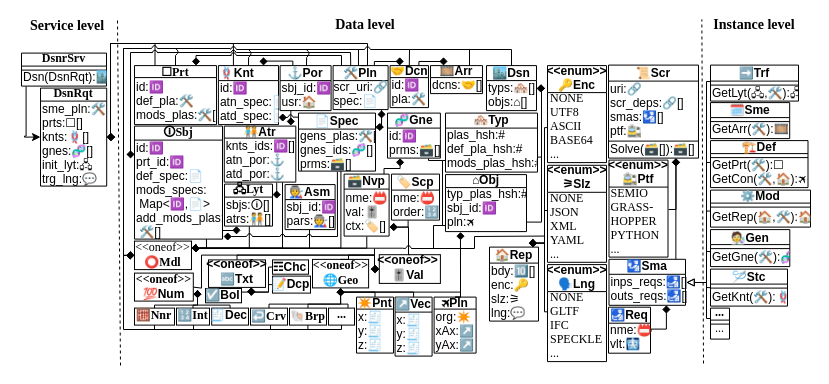
This is docs/softwarequality/softwarearchitecture/metamodel.drawio from usalu/semio, a draw.io file, before an edit. Source tidied: cells renumbered, new cells numbered last; positions are measured from the earlier drawing's top-left corner, leaving out a move shared by most shapes. Both pictures are drawn from the tidied source at 100%, with x=0, y=0 at pixel (21, -222).
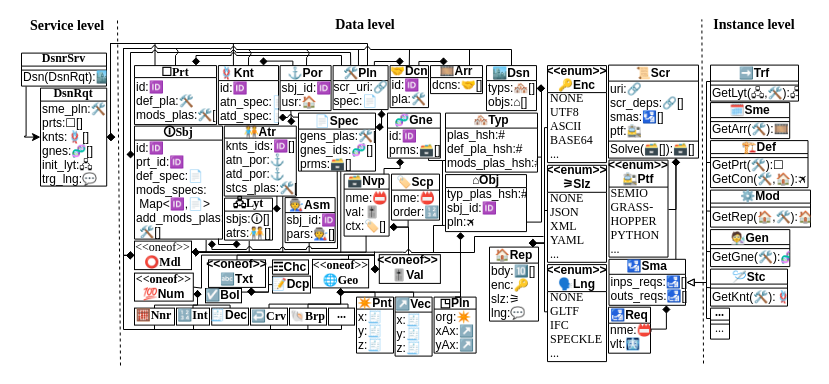
After the change.

Unchanged cells that the change refers to:
```xml
<mxCell id="5" value="id:🆔&#10;prt_id:🆔&#10;def_spec:📄&#10;mods_specs:&#10; Map&lt;🆔,📄&gt;&#10;add_mods_plas:&#10; 🛠️[]" style="text;strokeColor=none;fillColor=none;align=left;verticalAlign=top;spacingLeft=0;spacingRight=0;overflow=hidden;points=[[0,0.5],[1,0.5]];portConstraint=eastwest;spacingTop=-6;labelBackgroundColor=none;fontFamily=Noto Emoji;" parent="4" vertex="1">
  <mxGeometry y="14" width="88" height="99" as="geometry" />
</mxCell>
<mxCell id="17" value="nme:📛&#10;val:🎚️&#10;ctx:🏷️[]" style="text;strokeColor=none;fillColor=none;align=left;verticalAlign=top;spacingLeft=0;spacingRight=2;overflow=hidden;points=[[0,0.5],[1,0.5]];portConstraint=eastwest;spacingTop=-5;labelBackgroundColor=none;fontFamily=Noto Emoji;" parent="16" vertex="1">
  <mxGeometry y="15" width="45" height="47" as="geometry" />
</mxCell>
<mxCell id="48" value="typ_plas_hsh:#&#10;sbj_id:🆔&#10;pln:🛪" style="text;strokeColor=none;fillColor=none;align=left;verticalAlign=top;spacingLeft=0;spacingRight=0;overflow=hidden;points=[[0,0.5],[1,0.5]];portConstraint=eastwest;spacingTop=-7;labelBackgroundColor=none;fontFamily=Noto Emoji;spacing=2;" parent="47" vertex="1">
  <mxGeometry y="13" width="81" height="44" as="geometry" />
</mxCell>
<mxCell id="110" value="&amp;lt;&amp;lt;oneof&amp;gt;&amp;gt;&lt;b&gt;&lt;font face=&quot;Noto Emoji&quot;&gt;&lt;br&gt;⭕&lt;/font&gt;Mdl&lt;/b&gt;" style="html=1;labelBackgroundColor=none;fillColor=none;fontFamily=Times New Roman;spacingBottom=0;spacingLeft=-1;spacingTop=-2;" parent="1" vertex="1">
  <mxGeometry x="113" y="462.6" width="57" height="28.5" as="geometry" />
</mxCell>
<mxCell id="113" value="gens_plas:🛠️[]&#10;gnes_ids:🧬[]&#10;prms:🗃️[]" style="text;strokeColor=none;fillColor=none;align=left;verticalAlign=top;spacingLeft=0;spacingRight=0;overflow=hidden;points=[[0,0.5],[1,0.5]];portConstraint=eastwest;spacingTop=-7;labelBackgroundColor=none;fontFamily=Noto Emoji;" parent="112" vertex="1">
  <mxGeometry y="16" width="77" height="42" as="geometry" />
</mxCell>
<mxCell id="118" value="sbjs:🛈[]&#10;atrs:🧑‍🤝‍🧑[]" style="text;strokeColor=none;fillColor=none;align=left;verticalAlign=top;spacingLeft=0;spacingRight=0;overflow=hidden;points=[[0,0.5],[1,0.5]];portConstraint=eastwest;spacingTop=-6;labelBackgroundColor=none;fontFamily=Noto Emoji;" parent="117" vertex="1">
  <mxGeometry y="13" width="48" height="29" as="geometry" />
</mxCell>
<mxCell id="126" value="NONE&#10;JSON&#10;XML&#10;YAML&#10;..." style="text;strokeColor=none;fillColor=none;align=left;verticalAlign=top;spacingLeft=1;spacingRight=1;overflow=hidden;points=[[0,0.5],[1,0.5]];portConstraint=eastwest;spacingTop=-8;labelBackgroundColor=none;fontFamily=Times New Roman;" parent="125" vertex="1">
  <mxGeometry y="27" width="59" height="70" as="geometry" />
</mxCell>
<mxCell id="153" value="sbj_id:🆔&#10;pars:🧑‍🏭[]" style="text;strokeColor=none;fillColor=none;align=left;verticalAlign=top;spacingLeft=0;spacingRight=0;overflow=hidden;points=[[0,0.5],[1,0.5]];portConstraint=eastwest;spacingTop=-6;labelBackgroundColor=none;fontFamily=Noto Emoji;" parent="152" vertex="1">
  <mxGeometry y="15" width="50" height="30" as="geometry" />
</mxCell>
```

Change to the diagram source:
```diff
@@
-    <mxCell id="2" style="edgeStyle=orthogonalEdgeStyle;shape=connector;rounded=0;orthogonalLoop=1;jettySize=auto;html=1;labelBackgroundColor=default;strokeColor=default;fontFamily=Helvetica;fontSize=11;fontColor=default;startArrow=diamond;startFill=1;endArrow=none;endFill=0;" parent="1" edge="1">
+    <mxCell id="2" style="edgeStyle=orthogonalEdgeStyle;shape=connector;rounded=0;jettySize=auto;html=1;labelBackgroundColor=default;strokeColor=default;fontFamily=Helvetica;fontSize=11;fontColor=default;startArrow=diamond;startFill=1;endArrow=none;endFill=0;exitX=0.88;exitY=1.01;exitDx=0;exitDy=0;exitPerimeter=0;" parent="1" edge="1" source="5">
       <mxGeometry relative="1" as="geometry">
-        <mxPoint x="202" y="458" as="sourcePoint" />
-        <mxPoint x="225" y="458" as="targetPoint" />
+        <mxPoint x="225" y="471" as="targetPoint" />
         <Array as="points">
-          <mxPoint x="210" y="458" />
-          <mxPoint x="210" y="458" />
+          <mxPoint x="190" y="471" />
+          <mxPoint x="225" y="471" />
         </Array>
       </mxGeometry>
     </mxCell>
@@
     <mxCell id="9" value="🧑‍🤝‍🧑Atr" style="swimlane;fontStyle=1;horizontal=1;startSize=12;fillColor=none;spacingLeft=0;labelBackgroundColor=none;fontFamily=Noto Emoji;spacing=2;spacingTop=0;spacingBottom=2;" parent="1" vertex="1">
-      <mxGeometry x="202.8" y="347.6" width="71.5" height="56" as="geometry" />
+      <mxGeometry x="202.8" y="347.6" width="72" height="70" as="geometry" />
     </mxCell>
-    <mxCell id="10" value="knts_ids:🆔[]&#10;atn_por:⚓&#10;atd_por:⚓" style="text;strokeColor=none;fillColor=none;align=left;verticalAlign=top;spacingLeft=0;spacingRight=0;overflow=hidden;points=[[0,0.5],[1,0.5]];portConstraint=eastwest;spacingTop=-6;labelBackgroundColor=none;fontFamily=Noto Emoji;fontStyle=0;startSize=12;spacingBottom=2;spacing=2;" parent="9" vertex="1">
-      <mxGeometry y="12" width="71.5" height="44" as="geometry" />
+    <mxCell id="10" value="knts_ids:🆔[]&#10;atn_por:⚓&#10;atd_por:⚓&#10;stcs_plas:🛠️[]" style="text;strokeColor=none;fillColor=none;align=left;verticalAlign=top;spacingLeft=0;spacingRight=0;overflow=hidden;points=[[0,0.5],[1,0.5]];portConstraint=eastwest;spacingTop=-6;labelBackgroundColor=none;fontFamily=Noto Emoji;fontStyle=0;startSize=12;spacingBottom=2;spacing=2;" parent="9" vertex="1">
+      <mxGeometry y="12" width="72" height="58" as="geometry" />
     </mxCell>
@@
-    <mxCell id="49" value="🛪Pln" style="swimlane;fontStyle=1;horizontal=1;startSize=12;fillColor=none;spacingLeft=0;labelBackgroundColor=none;fontFamily=Noto Emoji;spacing=2;spacingTop=0;spacingBottom=2;" parent="1" vertex="1">
+    <mxCell id="49" value="◳Pln" style="swimlane;fontStyle=1;horizontal=1;startSize=12;fillColor=none;spacingLeft=0;labelBackgroundColor=none;fontFamily=Noto Emoji;spacing=2;spacingTop=0;spacingBottom=2;" parent="1" vertex="1">
       <mxGeometry x="412.6" y="518.6" width="42" height="56" as="geometry" />
     </mxCell>
@@
-    <mxCell id="102" style="edgeStyle=orthogonalEdgeStyle;shape=connector;rounded=0;jettySize=auto;html=1;exitX=1;exitY=0.25;exitDx=0;exitDy=0;entryX=0.818;entryY=1;entryDx=0;entryDy=0;entryPerimeter=0;labelBackgroundColor=default;strokeColor=default;fontFamily=Helvetica;fontSize=11;fontColor=default;startArrow=diamond;startFill=1;endArrow=none;endFill=0;" parent="1" edge="1" source="110" target="5">
-      <mxGeometry relative="1" as="geometry" />
+    <mxCell id="102" style="edgeStyle=orthogonalEdgeStyle;shape=connector;rounded=0;jettySize=auto;html=1;exitX=1;exitY=0.25;exitDx=0;exitDy=0;entryX=0.814;entryY=1.009;entryDx=0;entryDy=0;entryPerimeter=0;labelBackgroundColor=default;strokeColor=default;fontFamily=Helvetica;fontSize=11;fontColor=default;startArrow=diamond;startFill=1;endArrow=none;endFill=0;" parent="1" edge="1" target="5">
+      <mxGeometry relative="1" as="geometry">
+        <mxPoint x="170" y="473.7" as="sourcePoint" />
+      </mxGeometry>
     </mxCell>
-    <mxCell id="103" style="edgeStyle=orthogonalEdgeStyle;shape=connector;rounded=0;jettySize=auto;html=1;exitX=1;exitY=0.25;exitDx=0;exitDy=0;entryX=0.517;entryY=1.009;entryDx=0;entryDy=0;entryPerimeter=0;labelBackgroundColor=default;strokeColor=default;fontFamily=Helvetica;fontSize=11;fontColor=default;startArrow=diamond;startFill=1;endArrow=none;endFill=0;" parent="1" edge="1" source="110" target="118">
-      <mxGeometry relative="1" as="geometry" />
+    <mxCell id="103" style="edgeStyle=orthogonalEdgeStyle;shape=connector;rounded=0;jettySize=auto;html=1;exitX=1;exitY=0.25;exitDx=0;exitDy=0;entryX=0.515;entryY=1.031;entryDx=0;entryDy=0;entryPerimeter=0;labelBackgroundColor=default;strokeColor=default;fontFamily=Helvetica;fontSize=11;fontColor=default;startArrow=diamond;startFill=1;endArrow=none;endFill=0;" parent="1" edge="1" target="118">
+      <mxGeometry relative="1" as="geometry">
+        <mxPoint x="170" y="473.7" as="sourcePoint" />
+        <Array as="points">
+          <mxPoint x="171" y="474" />
+          <mxPoint x="191" y="474" />
+          <mxPoint x="228" y="474" />
+        </Array>
+      </mxGeometry>
     </mxCell>
-    <mxCell id="104" style="edgeStyle=orthogonalEdgeStyle;shape=connector;rounded=0;jettySize=auto;html=1;exitX=1;exitY=0.25;exitDx=0;exitDy=0;entryX=0.488;entryY=1.001;entryDx=0;entryDy=0;entryPerimeter=0;labelBackgroundColor=default;strokeColor=default;fontFamily=Helvetica;fontSize=11;fontColor=default;startArrow=diamond;startFill=1;endArrow=none;endFill=0;" parent="1" edge="1" source="110" target="153">
+    <mxCell id="104" style="edgeStyle=orthogonalEdgeStyle;shape=connector;rounded=0;jettySize=auto;html=1;exitX=1;exitY=0.25;exitDx=0;exitDy=0;entryX=0.481;entryY=1.005;entryDx=0;entryDy=0;entryPerimeter=0;labelBackgroundColor=default;strokeColor=default;fontFamily=Helvetica;fontSize=11;fontColor=default;startArrow=diamond;startFill=1;endArrow=none;endFill=0;" parent="1" edge="1" target="153">
       <mxGeometry relative="1" as="geometry">
+        <mxPoint x="170" y="473.7" as="sourcePoint" />
         <Array as="points">
-          <mxPoint x="217" y="470" />
-          <mxPoint x="288" y="470" />
+          <mxPoint x="217" y="474" />
+          <mxPoint x="288" y="474" />
         </Array>
       </mxGeometry>
     </mxCell>
-    <mxCell id="105" style="edgeStyle=orthogonalEdgeStyle;shape=connector;rounded=0;jettySize=auto;html=1;exitX=1;exitY=0.25;exitDx=0;exitDy=0;entryX=0.551;entryY=0.994;entryDx=0;entryDy=0;entryPerimeter=0;labelBackgroundColor=default;strokeColor=default;fontFamily=Helvetica;fontSize=11;fontColor=default;startArrow=diamond;startFill=1;endArrow=none;endFill=0;" parent="1" edge="1" source="110" target="113">
-      <mxGeometry relative="1" as="geometry" />
+    <mxCell id="105" style="edgeStyle=orthogonalEdgeStyle;shape=connector;rounded=0;jettySize=auto;html=1;exitX=1;exitY=0.25;exitDx=0;exitDy=0;entryX=0.549;entryY=1.008;entryDx=0;entryDy=0;entryPerimeter=0;labelBackgroundColor=default;strokeColor=default;fontFamily=Helvetica;fontSize=11;fontColor=default;startArrow=diamond;startFill=1;endArrow=none;endFill=0;" parent="1" edge="1" target="113">
+      <mxGeometry relative="1" as="geometry">
+        <mxPoint x="170" y="473.7" as="sourcePoint" />
+        <Array as="points">
+          <mxPoint x="171" y="474" />
+          <mxPoint x="319" y="474" />
+        </Array>
+      </mxGeometry>
     </mxCell>
-    <mxCell id="106" style="edgeStyle=orthogonalEdgeStyle;shape=connector;rounded=0;jettySize=auto;html=1;exitX=1;exitY=0.25;exitDx=0;exitDy=0;labelBackgroundColor=default;strokeColor=default;fontFamily=Helvetica;fontSize=11;fontColor=default;startArrow=diamond;startFill=1;endArrow=none;endFill=0;" parent="1" edge="1" source="110">
+    <mxCell id="106" style="edgeStyle=orthogonalEdgeStyle;shape=connector;rounded=0;jettySize=auto;html=1;exitX=1;exitY=0.25;exitDx=0;exitDy=0;labelBackgroundColor=default;strokeColor=default;fontFamily=Helvetica;fontSize=11;fontColor=default;startArrow=diamond;startFill=1;endArrow=none;endFill=0;entryX=0.812;entryY=1.002;entryDx=0;entryDy=0;entryPerimeter=0;" parent="1" edge="1" target="10">
       <mxGeometry relative="1" as="geometry">
-        <mxPoint x="261" y="404" as="targetPoint" />
+        <mxPoint x="170" y="473.7" as="sourcePoint" />
         <Array as="points">
-          <mxPoint x="261" y="470" />
+          <mxPoint x="261" y="474" />
         </Array>
       </mxGeometry>
     </mxCell>
-    <mxCell id="107" style="edgeStyle=orthogonalEdgeStyle;shape=connector;rounded=0;jettySize=auto;html=1;exitX=1;exitY=0.25;exitDx=0;exitDy=0;entryX=0.504;entryY=1.012;entryDx=0;entryDy=0;entryPerimeter=0;labelBackgroundColor=default;strokeColor=default;fontFamily=Helvetica;fontSize=11;fontColor=default;startArrow=diamond;startFill=1;endArrow=none;endFill=0;" parent="1" edge="1" source="110" target="17">
+    <mxCell id="107" style="edgeStyle=orthogonalEdgeStyle;shape=connector;rounded=0;jettySize=auto;html=1;exitX=1;exitY=0.25;exitDx=0;exitDy=0;entryX=0.488;entryY=0.995;entryDx=0;entryDy=0;entryPerimeter=0;labelBackgroundColor=default;strokeColor=default;fontFamily=Helvetica;fontSize=11;fontColor=default;startArrow=diamond;startFill=1;endArrow=none;endFill=0;" parent="1" edge="1" target="17">
       <mxGeometry relative="1" as="geometry">
+        <mxPoint x="170" y="473.7" as="sourcePoint" />
         <Array as="points">
-          <mxPoint x="345" y="469.6" />
+          <mxPoint x="345" y="474" />
         </Array>
       </mxGeometry>
     </mxCell>
-    <mxCell id="108" style="edgeStyle=orthogonalEdgeStyle;shape=connector;rounded=0;jettySize=auto;html=1;exitX=1;exitY=0.25;exitDx=0;exitDy=0;labelBackgroundColor=default;strokeColor=default;fontFamily=Helvetica;fontSize=11;fontColor=default;startArrow=diamond;startFill=1;endArrow=none;endFill=0;" parent="1" edge="1" source="110">
+    <mxCell id="108" style="edgeStyle=orthogonalEdgeStyle;shape=connector;rounded=0;orthogonalLoop=1;jettySize=auto;html=1;exitX=1;exitY=0.25;exitDx=0;exitDy=0;labelBackgroundColor=default;strokeColor=default;fontFamily=Helvetica;fontSize=11;fontColor=default;startArrow=diamond;startFill=1;endArrow=none;endFill=0;" parent="1" edge="1">
       <mxGeometry relative="1" as="geometry">
-        <mxPoint x="384" y="470" as="targetPoint" />
+        <mxPoint x="170" y="473.7" as="sourcePoint" />
+        <mxPoint x="384" y="474" as="targetPoint" />
         <Array as="points">
-          <mxPoint x="381" y="470" />
+          <mxPoint x="381" y="474" />
         </Array>
       </mxGeometry>
     </mxCell>
@@
     <mxCell id="115" style="edgeStyle=orthogonalEdgeStyle;shape=connector;rounded=0;jettySize=auto;html=1;exitX=0.25;exitY=1;exitDx=0;exitDy=0;labelBackgroundColor=default;strokeColor=default;fontFamily=Helvetica;fontSize=11;fontColor=default;startArrow=diamond;startFill=1;endArrow=none;endFill=0;" parent="1" edge="1" source="117">
       <mxGeometry relative="1" as="geometry">
-        <mxPoint x="201" y="452" as="targetPoint" />
+        <mxPoint x="197" y="460" as="targetPoint" />
         <Array as="points">
-          <mxPoint x="215" y="452" />
-          <mxPoint x="201" y="452" />
+          <mxPoint x="215" y="466" />
+          <mxPoint x="197" y="466" />
         </Array>
       </mxGeometry>
     </mxCell>
-    <mxCell id="116" style="edgeStyle=orthogonalEdgeStyle;shape=connector;rounded=0;jettySize=auto;html=1;exitX=1;exitY=0.25;exitDx=0;exitDy=0;entryX=0.733;entryY=1.013;entryDx=0;entryDy=0;entryPerimeter=0;labelBackgroundColor=default;strokeColor=default;fontFamily=Helvetica;fontSize=11;fontColor=default;startArrow=diamond;startFill=1;endArrow=none;endFill=0;" parent="1" edge="1" source="117" target="10">
+    <mxCell id="116" style="edgeStyle=orthogonalEdgeStyle;shape=connector;rounded=0;jettySize=auto;html=1;exitX=1;exitY=0.25;exitDx=0;exitDy=0;entryX=0.731;entryY=0.999;entryDx=0;entryDy=0;entryPerimeter=0;labelBackgroundColor=default;strokeColor=default;fontFamily=Helvetica;fontSize=11;fontColor=default;startArrow=diamond;startFill=1;endArrow=none;endFill=0;" parent="1" edge="1" source="117" target="10">
       <mxGeometry relative="1" as="geometry" />
     </mxCell>
     <mxCell id="117" value="🖧Lyt" style="swimlane;fontStyle=1;horizontal=1;startSize=13;fillColor=none;spacingLeft=0;labelBackgroundColor=none;fontFamily=Times New Roman;spacingTop=0;spacingBottom=4;spacing=2;" parent="1" vertex="1">
-      <mxGeometry x="203" y="405.6" width="48" height="42" as="geometry" />
+      <mxGeometry x="203" y="419.6" width="48" height="42" as="geometry" />
     </mxCell>
@@
     <mxCell id="152" value="🧑‍🏭Asm" style="swimlane;fontStyle=1;horizontal=1;startSize=15;fillColor=none;spacingLeft=0;labelBackgroundColor=none;fontFamily=Noto Emoji;spacing=2;spacingTop=0;spacingBottom=2;" parent="1" vertex="1">
-      <mxGeometry x="263.6" y="406.1" width="50" height="45" as="geometry" />
+      <mxGeometry x="263.6" y="419.1" width="50" height="45" as="geometry" />
     </mxCell>
@@
-    <mxCell id="168" style="endArrow=none;html=1;rounded=0;labelBackgroundColor=default;strokeColor=default;fontFamily=Helvetica;fontSize=11;fontColor=default;shape=connector;entryX=0.505;entryY=1.016;entryDx=0;entryDy=0;entryPerimeter=0;" parent="1" edge="1" target="113">
+    <mxCell id="168" style="endArrow=none;html=1;rounded=0;labelBackgroundColor=default;strokeColor=default;fontFamily=Helvetica;fontSize=11;fontColor=default;shape=connector;entryX=0.503;entryY=1.004;entryDx=0;entryDy=0;entryPerimeter=0;" parent="1" edge="1" target="113">
       <mxGeometry relative="1" as="geometry">
-        <mxPoint x="290" y="458" as="sourcePoint" />
+        <mxPoint x="290" y="470" as="sourcePoint" />
         <Array as="points">
-          <mxPoint x="316" y="458" />
+          <mxPoint x="316" y="470" />
         </Array>
       </mxGeometry>
     </mxCell>
@@
     <mxCell id="173" style="curved=1;endArrow=none;html=1;rounded=0;labelBackgroundColor=default;strokeColor=default;fontFamily=Helvetica;fontSize=11;fontColor=default;shape=connector;endFill=0;" parent="1" edge="1">
       <mxGeometry relative="1" as="geometry">
-        <mxPoint x="231" y="458" as="sourcePoint" />
-        <mxPoint x="225" y="458" as="targetPoint" />
+        <mxPoint x="231" y="471" as="sourcePoint" />
+        <mxPoint x="225" y="471" as="targetPoint" />
         <Array as="points">
-          <mxPoint x="228" y="452" />
+          <mxPoint x="228" y="465" />
         </Array>
       </mxGeometry>
     </mxCell>
     <mxCell id="174" style="curved=1;endArrow=none;html=1;rounded=0;labelBackgroundColor=default;strokeColor=default;fontFamily=Helvetica;fontSize=11;fontColor=default;shape=connector;endFill=0;" parent="1" edge="1">
       <mxGeometry relative="1" as="geometry">
-        <mxPoint x="264" y="458.6" as="sourcePoint" />
-        <mxPoint x="258" y="458.6" as="targetPoint" />
+        <mxPoint x="264" y="471.6" as="sourcePoint" />
+        <mxPoint x="258" y="471.6" as="targetPoint" />
         <Array as="points">
-          <mxPoint x="261" y="452.6" />
+          <mxPoint x="261" y="465.6" />
         </Array>
       </mxGeometry>
     </mxCell>
     <mxCell id="175" style="curved=1;endArrow=none;html=1;rounded=0;labelBackgroundColor=default;strokeColor=default;fontFamily=Helvetica;fontSize=11;fontColor=default;shape=connector;endFill=0;" parent="1" edge="1">
       <mxGeometry relative="1" as="geometry">
-        <mxPoint x="290.6" y="458.6" as="sourcePoint" />
-        <mxPoint x="284.6" y="458.6" as="targetPoint" />
+        <mxPoint x="290.6" y="470.6" as="sourcePoint" />
+        <mxPoint x="284.6" y="470.6" as="targetPoint" />
         <Array as="points">
-          <mxPoint x="287.6" y="452.6" />
+          <mxPoint x="287.6" y="464.6" />
         </Array>
       </mxGeometry>
     </mxCell>
     <mxCell id="176" style="endArrow=none;html=1;rounded=0;labelBackgroundColor=default;strokeColor=default;fontFamily=Helvetica;fontSize=11;fontColor=default;shape=connector;" parent="1" edge="1">
       <mxGeometry relative="1" as="geometry">
-        <mxPoint x="263" y="458" as="sourcePoint" />
-        <mxPoint x="285" y="458" as="targetPoint" />
+        <mxPoint x="263" y="471" as="sourcePoint" />
+        <mxPoint x="285" y="471" as="targetPoint" />
       </mxGeometry>
     </mxCell>
     <mxCell id="177" style="endArrow=none;html=1;rounded=0;labelBackgroundColor=default;strokeColor=default;fontFamily=Helvetica;fontSize=11;fontColor=default;shape=connector;" parent="1" edge="1">
       <mxGeometry relative="1" as="geometry">
-        <mxPoint x="231" y="458" as="sourcePoint" />
-        <mxPoint x="258" y="458" as="targetPoint" />
+        <mxPoint x="231" y="471" as="sourcePoint" />
+        <mxPoint x="258" y="471" as="targetPoint" />
       </mxGeometry>
     </mxCell>
     <mxCell id="178" style="endArrow=none;html=1;rounded=0;labelBackgroundColor=default;strokeColor=default;fontFamily=Helvetica;fontSize=11;fontColor=default;shape=connector;" parent="1" edge="1">
       <mxGeometry relative="1" as="geometry">
         <mxPoint x="353" y="477" as="sourcePoint" />
-        <mxPoint x="353" y="470" as="targetPoint" />
+        <mxPoint x="353" y="473" as="targetPoint" />
       </mxGeometry>
     </mxCell>
     <mxCell id="179" style="curved=1;endArrow=none;html=1;rounded=0;labelBackgroundColor=default;strokeColor=default;fontFamily=Helvetica;fontSize=11;fontColor=default;shape=connector;endFill=0;" parent="1" edge="1">
       <mxGeometry relative="1" as="geometry">
-        <mxPoint x="390" y="470" as="sourcePoint" />
-        <mxPoint x="384" y="470" as="targetPoint" />
+        <mxPoint x="390" y="474" as="sourcePoint" />
+        <mxPoint x="384" y="474" as="targetPoint" />
         <Array as="points">
-          <mxPoint x="387" y="464" />
+          <mxPoint x="387" y="468" />
         </Array>
       </mxGeometry>
     </mxCell>
-    <mxCell id="180" style="endArrow=none;html=1;rounded=0;labelBackgroundColor=default;strokeColor=default;fontFamily=Helvetica;fontSize=11;fontColor=default;shape=connector;entryX=-0.053;entryY=0.625;entryDx=0;entryDy=0;entryPerimeter=0;" parent="1" edge="1" target="126">
+    <mxCell id="180" style="endArrow=none;html=1;rounded=0;labelBackgroundColor=default;strokeColor=default;fontFamily=Helvetica;fontSize=11;fontColor=default;shape=connector;" parent="1" edge="1">
       <mxGeometry relative="1" as="geometry">
-        <mxPoint x="390" y="470" as="sourcePoint" />
+        <mxPoint x="390" y="474" as="sourcePoint" />
+        <mxPoint x="522" y="458" as="targetPoint" />
         <Array as="points">
-          <mxPoint x="453" y="470" />
+          <mxPoint x="453" y="474" />
           <mxPoint x="453" y="458" />
         </Array>
       </mxGeometry>
     </mxCell>
@@
-    <mxCell id="182" style="endArrow=none;html=1;rounded=0;labelBackgroundColor=default;strokeColor=default;fontFamily=Helvetica;fontSize=11;fontColor=default;shape=connector;" parent="1" edge="1">
+    <mxCell id="182" style="endArrow=none;html=1;rounded=0;labelBackgroundColor=default;strokeColor=default;fontFamily=Helvetica;fontSize=11;fontColor=default;shape=connector;entryX=-0.009;entryY=0.86;entryDx=0;entryDy=0;entryPerimeter=0;" parent="1" edge="1" target="48">
       <mxGeometry relative="1" as="geometry">
-        <mxPoint x="390" y="470" as="sourcePoint" />
-        <mxPoint x="424" y="447" as="targetPoint" />
+        <mxPoint x="390" y="474" as="sourcePoint" />
         <Array as="points">
-          <mxPoint x="412" y="470" />
+          <mxPoint x="412" y="474" />
           <mxPoint x="412" y="447" />
         </Array>
       </mxGeometry>
     </mxCell>
```
